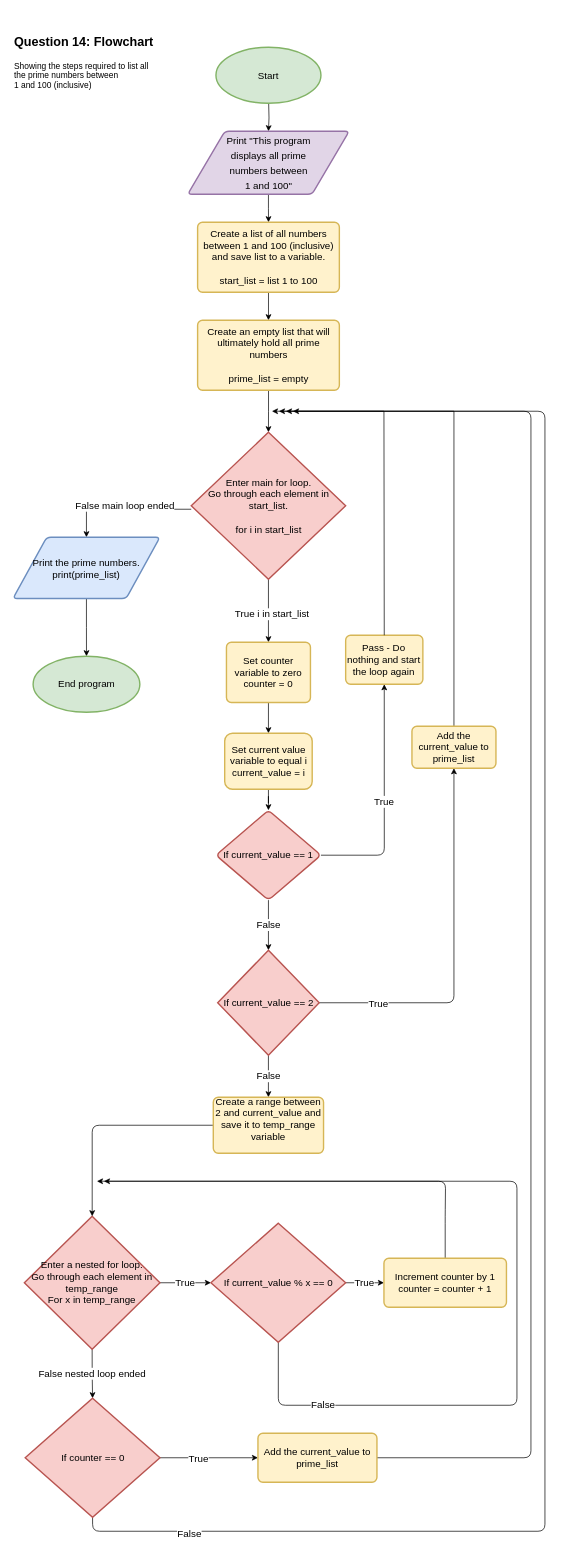
The draw.io diagram Q14(1)_Flowchart.drawio in Wade008/flowcharts, before the edit. Source tidied: cells renumbered, new cells numbered last; positions are measured from the earlier drawing's top-left corner, leaving out a move shared by most shapes. Both pictures are drawn from the tidied source at 70%, with x=0, y=0 at pixel (13, 19).
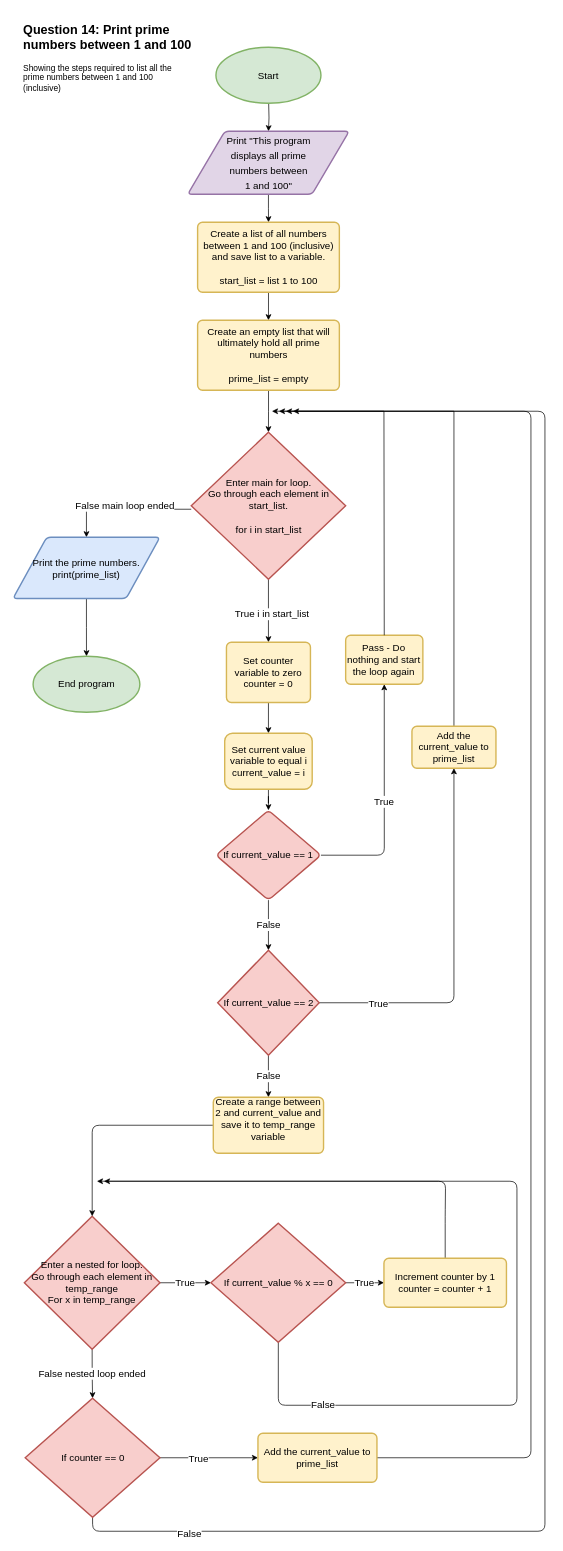
The same diagram, later.

Diff of the diagram source:
```diff
@@
-    <mxCell id="2" value="&lt;h2&gt;&lt;b&gt;&lt;font style=&quot;font-size: 18px;&quot;&gt;Question 14: Flowchart&lt;/font&gt;&lt;/b&gt;&lt;/h2&gt;Showing the steps required to list all &lt;br&gt;the prime numbers between &lt;br&gt;1 and 100 (inclusive)" style="text;html=1;align=left;verticalAlign=middle;strokeColor=none;fillColor=none;labelPosition=center;verticalLabelPosition=middle;textDirection=ltr;" parent="1" vertex="1">
-      <mxGeometry width="200" height="110" as="geometry" />
-    </mxCell>
@@
+    <mxCell id="49" value="&lt;h2 style=&quot;&quot;&gt;&lt;b&gt;Question 14: Print prime numbers between 1 and 100&lt;/b&gt;&lt;/h2&gt;&lt;p&gt;&lt;span style=&quot;font-size: 12px; font-weight: 400;&quot;&gt;Showing the steps required to list all&amp;nbsp;&lt;/span&gt;&lt;span style=&quot;font-size: 12px; font-weight: 400;&quot;&gt;the prime numbers between&amp;nbsp;&lt;/span&gt;&lt;span style=&quot;font-size: 12px; font-weight: 400;&quot;&gt;1 and 100 (inclusive)&lt;/span&gt;&lt;/p&gt;" style="text;html=1;strokeColor=none;fillColor=none;spacing=5;spacingTop=-20;whiteSpace=wrap;overflow=hidden;rounded=0;" parent="1" vertex="1">
+      <mxGeometry x="10" width="250" height="140" as="geometry" />
+    </mxCell>
```
